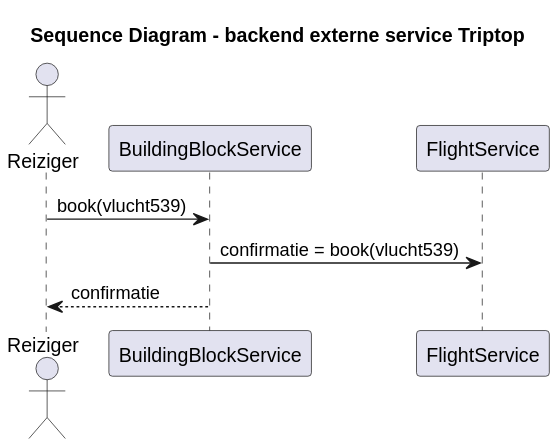
The PlantUML diagram software-guidebook/sequence_diagram_stefan.svg in AIM-ENE-feb25/triptop-groep-tweeeeeeeeeeeeeeeeeeeeee, before a commit. Source of this version:
```plantuml
@startuml
title Sequence Diagram - backend externe service Triptop

actor Reiziger
participant BuildingBlockService
participant FlightService

Reiziger -> BuildingBlockService: book(vlucht539)
BuildingBlockService -> FlightService: confirmatie = book(vlucht539)
BuildingBlockService --> Reiziger: confirmatie
@enduml
```
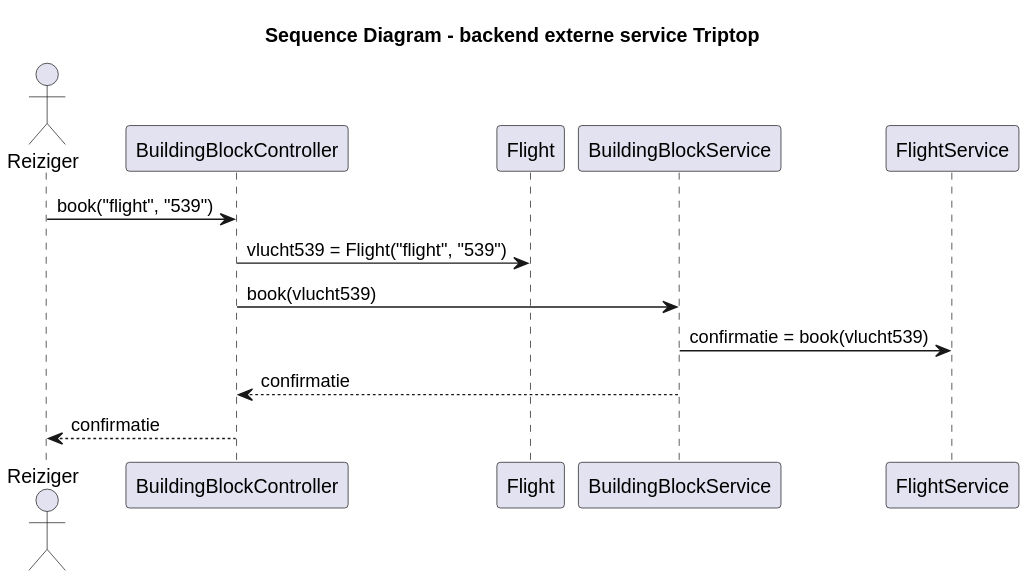
After the commit.

Diff of the diagram source:
```diff
@@ -2,10 +2,16 @@
 title Sequence Diagram - backend externe service Triptop
 
 actor Reiziger
+participant BuildingBlockController
+participant Flight
 participant BuildingBlockService
 participant FlightService
 
-Reiziger -> BuildingBlockService: book(vlucht539)
+Reiziger -> BuildingBlockController: book("flight", "539")
+BuildingBlockController -> Flight: vlucht539 = Flight("flight", "539")
+
+BuildingBlockController -> BuildingBlockService: book(vlucht539)
 BuildingBlockService -> FlightService: confirmatie = book(vlucht539)
-BuildingBlockService --> Reiziger: confirmatie
+BuildingBlockService --> BuildingBlockController: confirmatie
+BuildingBlockController --> Reiziger : confirmatie
 @enduml
```
